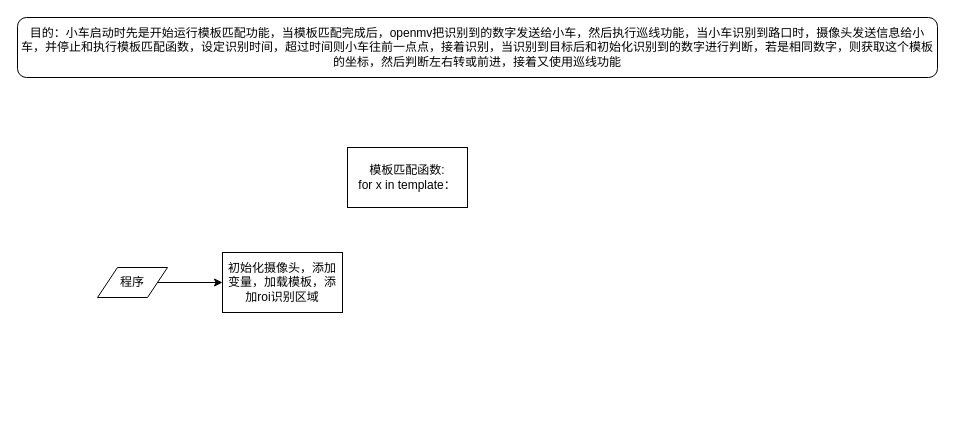
This is 模板匹配+巡线.drawio from mlhua/hua, a draw.io file, before an edit. Source tidied: cells renumbered, new cells numbered last; positions are measured from the earlier drawing's top-left corner, leaving out a move shared by most shapes. Both pictures are drawn from the tidied source at 100%, with x=0, y=0 at pixel (17, 17).
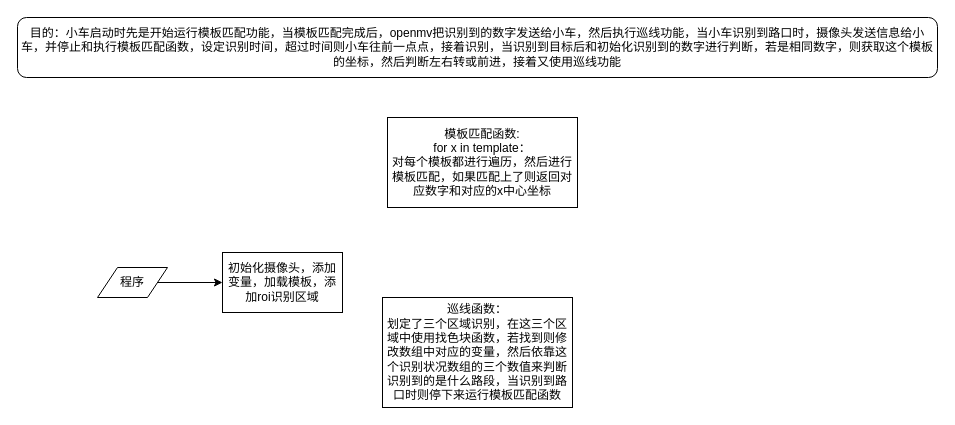
The same diagram, later.

Commit message (it also covers changes not shown here):
更新模板匹配+巡线.drawio

The edit, as a diff of the source:
```diff
@@
 <mxGraphModel>
   <root>
     <mxCell id="0" />
     <mxCell id="1" parent="0" />
     <mxCell id="2" style="edgeStyle=orthogonalEdgeStyle;rounded=0;jettySize=auto;html=1;" parent="1" edge="1" source="3" target="4">
       <mxGeometry relative="1" as="geometry" />
     </mxCell>
     <mxCell id="3" value="程序" style="shape=parallelogram;perimeter=parallelogramPerimeter;whiteSpace=wrap;html=1;fixedSize=1;" parent="1" vertex="1">
       <mxGeometry x="80" y="250" width="70" height="30" as="geometry" />
     </mxCell>
     <mxCell id="4" value="初始化摄像头，添加变量，加载模板，添加roi识别区域" style="whiteSpace=wrap;html=1;" parent="1" vertex="1">
       <mxGeometry x="205" y="235" width="120" height="60" as="geometry" />
     </mxCell>
     <mxCell id="5" value="目的：小车启动时先是开始运行模板匹配功能，当模板匹配完成后，openmv把识别到的数字发送给小车，然后执行巡线功能，当小车识别到路口时，摄像头发送信息给小车，并停止和执行模板匹配函数，设定识别时间，超过时间则小车往前一点点，接着识别，当识别到目标后和初始化识别到的数字进行判断，若是相同数字，则获取这个模板的坐标，然后判断左右转或前进，接着又使用巡线功能" style="rounded=1;whiteSpace=wrap;html=1;" parent="1" vertex="1">
       <mxGeometry width="920" height="60" as="geometry" />
     </mxCell>
-    <mxCell id="6" value="模板匹配函数:&lt;br&gt;for x in template：&lt;br&gt;" style="rounded=0;whiteSpace=wrap;html=1;" parent="1" vertex="1">
-      <mxGeometry x="330" y="130" width="120" height="60" as="geometry" />
+    <mxCell id="6" value="模板匹配函数:&lt;br&gt;for x in template：&lt;br&gt;对每个模板都进行遍历，然后进行模板匹配，如果匹配上了则返回对应数字和对应的x中心坐标" style="rounded=0;whiteSpace=wrap;html=1;" parent="1" vertex="1">
+      <mxGeometry x="370" y="100" width="190" height="90" as="geometry" />
     </mxCell>
+    <mxCell id="7" value="巡线函数：&lt;br&gt;划定了三个区域识别，在这三个区域中使用找色块函数，若找到则修改数组中对应的变量，然后依靠这个识别状况数组的三个数值来判断识别到的是什么路段，当识别到路口时则停下来运行模板匹配函数" style="rounded=0;whiteSpace=wrap;html=1;" parent="1" vertex="1">
+      <mxGeometry x="365" y="280" width="190" height="110" as="geometry" />
+    </mxCell>
   </root>
 </mxGraphModel>
```
